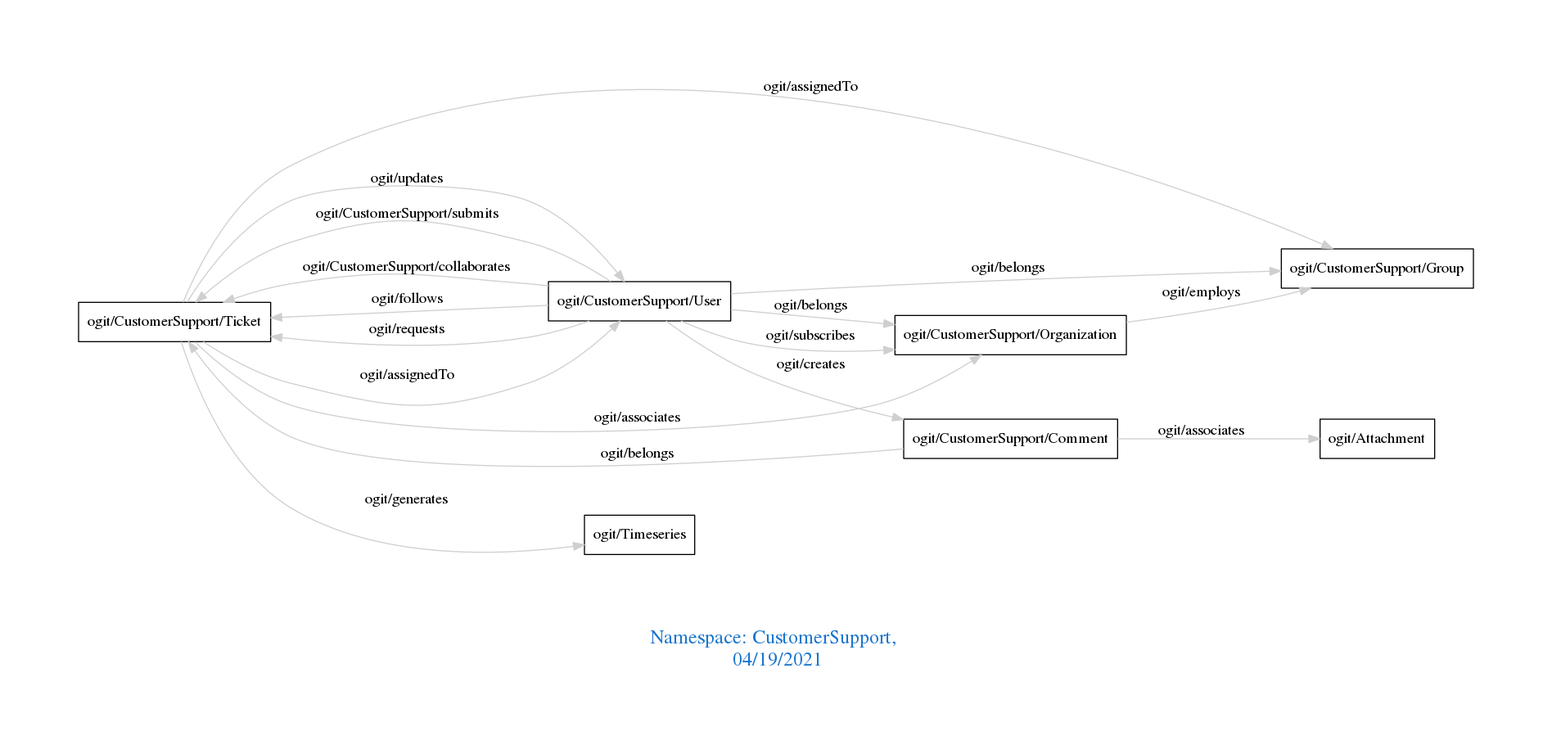
The Graphviz diagram downloads/CustomerSupport.png in arago/OGIT, before a commit. Its source is kept beside it as downloads/CustomerSupport.dot.
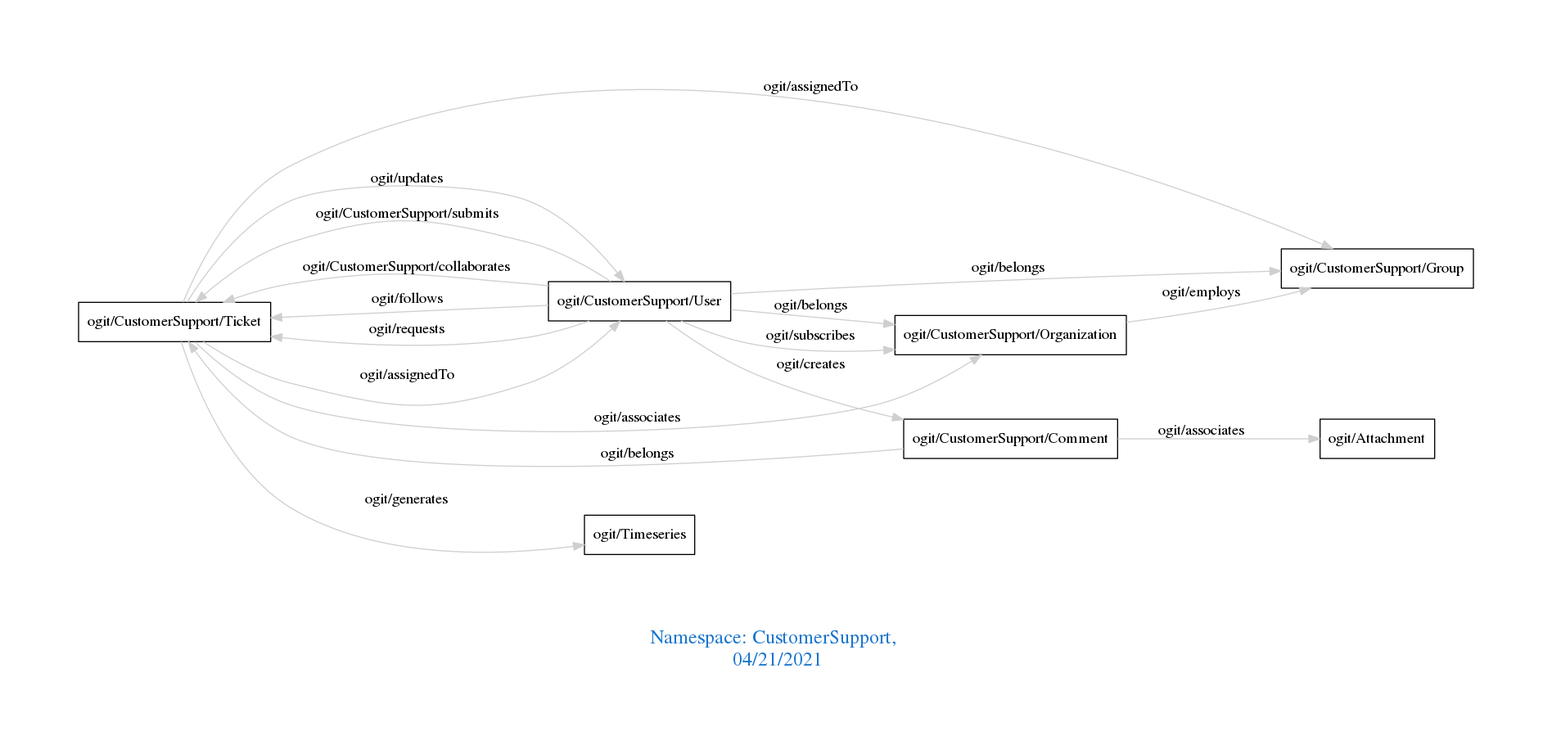
Later version of the same file.

Change to the diagram source:
```diff
@@ -1,7 +1,7 @@
 digraph OGIT_ontology {
  graph [ rankdir= LR,pad=1
 fontsize = 18,
-fontcolor= dodgerblue3,label = "\n\n\nNamespace: CustomerSupport, \n 04/19/2021"];
+fontcolor= dodgerblue3,label = "\n\n\nNamespace: CustomerSupport, \n 04/21/2021"];
 node[shape=polygon];
 edge [  color="gray81"];
 
```
